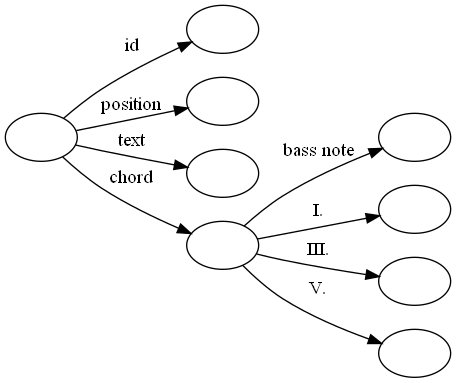
This is szakdolgozat/images/img_src/rdf_graph_3.png from Ancsak01/szakdolgozat, a Graphviz export, as it was before one commit. Its source is kept beside it as szakdolgozat/images/img_src/rdf_graph_3.dot. Source of this version:
```dot
digraph g {
    rankdir=LR
    Segment [label=""]
    ID [label=""]
    Position [label=""]
    Text [label=""]
    Bass_note [label=""]
    Chord [label=""]
    Deg1 [label=""]
    Deg3 [label=""]
    Deg5 [label=""]
    Segment -> ID [label="id"]
    Segment -> Position [label="position"]
    Segment -> Text [label="text"]
    Segment -> Chord [label="chord"]
    Chord -> Deg1 [label="I."]
    Chord -> Deg3 [label="III."]
    Chord -> Deg5 [label="V."]
    Chord -> Bass_note [label="bass note"]
}
```
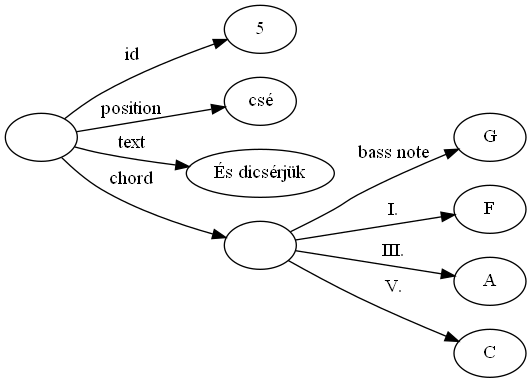
After the commit.

What changed in the source:
```diff
@@ -1,14 +1,14 @@
 digraph g {
     rankdir=LR
     Segment [label=""]
-    ID [label=""]
-    Position [label=""]
-    Text [label=""]
-    Bass_note [label=""]
+    ID [label="5"]
+    Position [label="csé"]
+    Text [label="És dicsérjük"]
+    Bass_note [label="G"]
     Chord [label=""]
-    Deg1 [label=""]
-    Deg3 [label=""]
-    Deg5 [label=""]
+    Deg1 [label="F"]
+    Deg3 [label="A"]
+    Deg5 [label="C"]
     Segment -> ID [label="id"]
     Segment -> Position [label="position"]
     Segment -> Text [label="text"]
```
